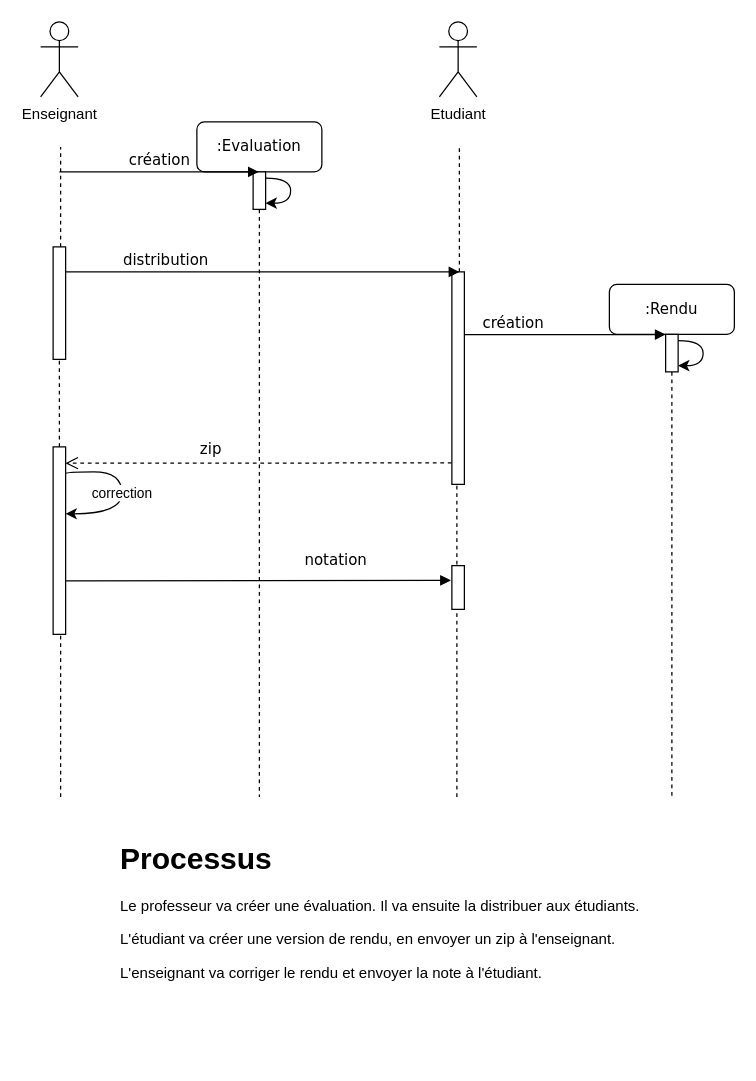
Above: page "Diagramme de séquence - Avant Kryptonite" (2 of 3) of Diagrams.drawio in kasahiti/Kryptonite (draw.io), before the change. Source tidied: cells renumbered, new cells numbered last; positions are measured from the earlier drawing's top-left corner, leaving out a move shared by most shapes. Both pictures are drawn from the tidied source at 125%, with x=0, y=0 at pixel (40, 21).
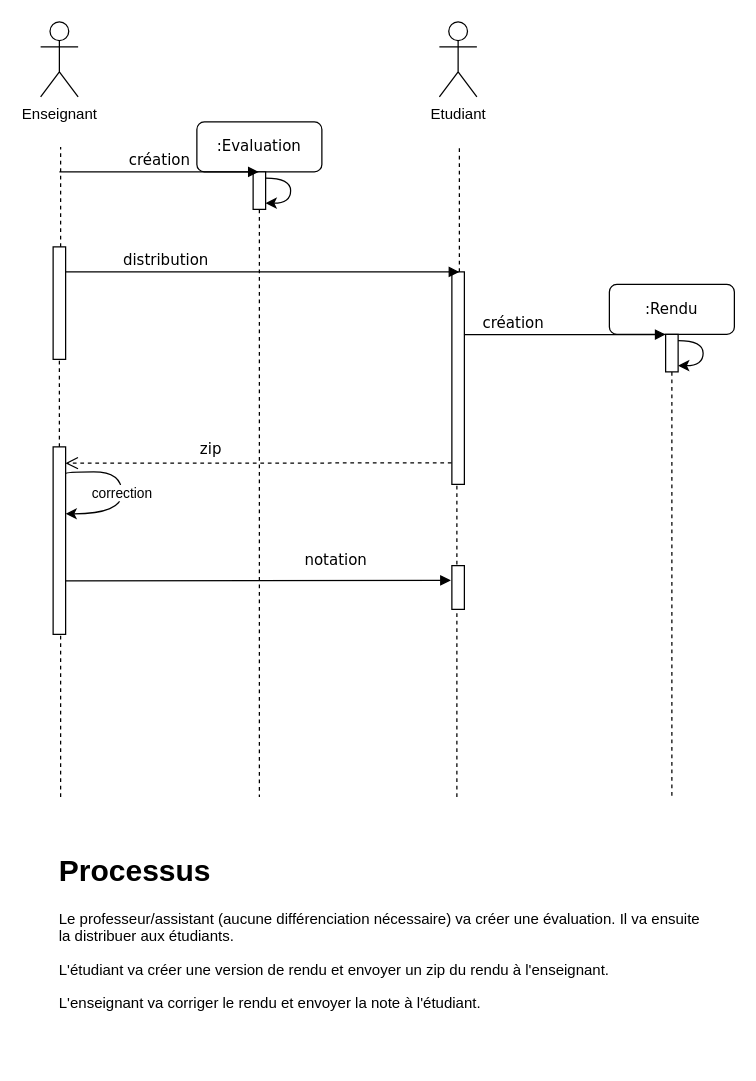
The same page after the edit.

Change to the diagram source:
```diff
@@
-    <mxCell id="25" value="&lt;h1&gt;Processus&lt;/h1&gt;&lt;p&gt;Le professeur va créer une évaluation. Il va ensuite la distribuer aux étudiants.&lt;/p&gt;&lt;p&gt;L'étudiant va créer une version de rendu, en envoyer un zip à l'enseignant.&lt;/p&gt;&lt;p&gt;L'enseignant va corriger le rendu et envoyer la note à l'étudiant.&lt;/p&gt;" style="text;html=1;strokeColor=none;fillColor=none;spacing=5;spacingTop=-20;whiteSpace=wrap;overflow=hidden;rounded=0;" parent="1" vertex="1">
-      <mxGeometry x="59" y="650" width="430" height="120" as="geometry" />
+    <mxCell id="25" value="&lt;h1&gt;Processus&lt;/h1&gt;&lt;p&gt;Le professeur/assistant (aucune différenciation nécessaire) va créer une évaluation. Il va ensuite la distribuer aux étudiants.&lt;/p&gt;&lt;p&gt;L'étudiant va créer une version de rendu et envoyer un zip du rendu à l'enseignant.&lt;/p&gt;&lt;p&gt;L'enseignant va corriger le rendu et envoyer la note à l'étudiant.&lt;/p&gt;" style="text;html=1;strokeColor=none;fillColor=none;spacing=5;spacingTop=-20;whiteSpace=wrap;overflow=hidden;rounded=0;" parent="1" vertex="1">
+      <mxGeometry x="10" y="660" width="521" height="170" as="geometry" />
     </mxCell>
```
